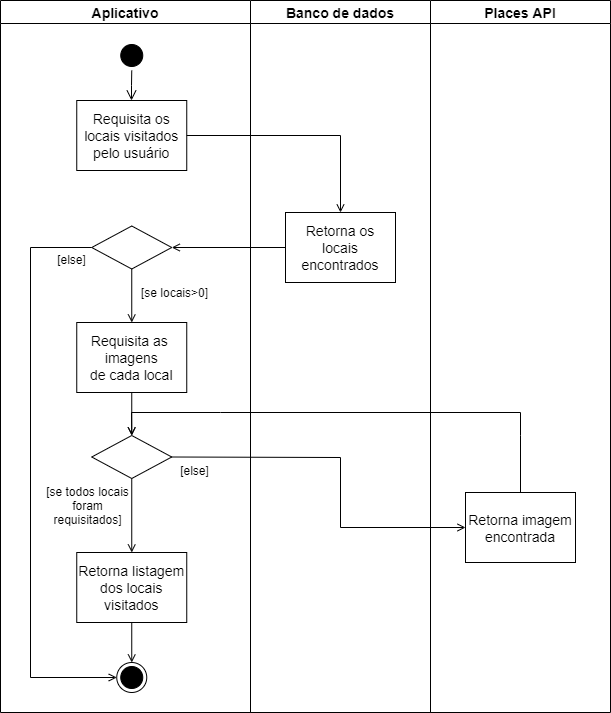
The draw.io diagram docs/figuras/Diagrama de atividades - Listar.png in Feggah/tcc, before a commit. Source tidied: cells renumbered, new cells last; positions are measured from the earlier drawing's top-left corner, leaving out a move shared by most shapes. Source of this version:
```xml
<mxGraphModel>
  <root>
    <mxCell id="0" />
    <mxCell id="1" parent="0" />
    <mxCell id="2" value="Aplicativo" style="swimlane;whiteSpace=wrap;fontSize=14;" parent="1" vertex="1">
      <mxGeometry width="250" height="712" as="geometry" />
    </mxCell>
    <mxCell id="3" style="ellipse;shape=startState;fillColor=#000000;" parent="2" vertex="1">
      <mxGeometry x="116.2" y="40" width="30" height="30" as="geometry" />
    </mxCell>
    <mxCell id="4" style="edgeStyle=elbowEdgeStyle;elbow=horizontal;verticalAlign=bottom;endArrow=open;endSize=8;endFill=1;rounded=0;" parent="2" edge="1" source="3" target="5">
      <mxGeometry x="116.2" y="40" as="geometry" />
    </mxCell>
    <mxCell id="5" value="Requisita os&#10;locais visitados&#10;pelo usuário" style="fontSize=14;" parent="2" vertex="1">
      <mxGeometry x="76.2" y="100" width="110" height="70" as="geometry" />
    </mxCell>
    <mxCell id="6" value="Requisita as &#10;imagens&#10;de cada local" style="fontSize=14;" parent="2" vertex="1">
      <mxGeometry x="76.2" y="322" width="110" height="70" as="geometry" />
    </mxCell>
    <mxCell id="7" value="Retorna listagem&#10;dos locais&#10;visitados" style="fontSize=14;" parent="2" vertex="1">
      <mxGeometry x="76.2" y="552" width="110" height="70" as="geometry" />
    </mxCell>
    <mxCell id="8" style="rhombus;fillColor=#FFFFFF;" parent="2" vertex="1">
      <mxGeometry x="91.2" y="435" width="80" height="43" as="geometry" />
    </mxCell>
    <mxCell id="9" style="endArrow=open;endFill=1;rounded=0;exitX=0.5;exitY=1;exitDx=0;exitDy=0;entryX=0.5;entryY=0;entryDx=0;entryDy=0;" parent="2" edge="1" source="6" target="8">
      <mxGeometry relative="1" as="geometry" />
    </mxCell>
    <mxCell id="10" style="endArrow=open;endFill=1;rounded=0;exitX=0.5;exitY=1;exitDx=0;exitDy=0;entryX=0.5;entryY=0;entryDx=0;entryDy=0;" parent="2" edge="1" source="8" target="7">
      <mxGeometry relative="1" as="geometry" />
    </mxCell>
    <mxCell id="11" value="[se todos locais&lt;br&gt;foram&lt;br&gt;requisitados]" style="text;html=1;align=center;verticalAlign=middle;strokeColor=none;" parent="2" vertex="1">
      <mxGeometry x="36.5" y="480" width="100" height="50" as="geometry" />
    </mxCell>
    <mxCell id="12" value="[else]" style="text;html=1;align=center;verticalAlign=middle;strokeColor=none;" parent="2" vertex="1">
      <mxGeometry x="173.5" y="460" width="40" height="20" as="geometry" />
    </mxCell>
    <mxCell id="13" style="rhombus;fillColor=#FFFFFF;" parent="2" vertex="1">
      <mxGeometry x="91.2" y="225.5" width="80" height="43" as="geometry" />
    </mxCell>
    <mxCell id="14" style="endArrow=open;endFill=1;rounded=0;exitX=0.5;exitY=1;exitDx=0;exitDy=0;entryX=0.5;entryY=0;entryDx=0;entryDy=0;" parent="2" edge="1" source="13" target="6">
      <mxGeometry relative="1" as="geometry" />
    </mxCell>
    <mxCell id="15" value="[se locais&amp;gt;0]" style="text;html=1;align=center;verticalAlign=middle;strokeColor=none;" parent="2" vertex="1">
      <mxGeometry x="133.5" y="282" width="80" height="20" as="geometry" />
    </mxCell>
    <mxCell id="16" value="[else]" style="text;html=1;align=center;verticalAlign=middle;strokeColor=none;" parent="2" vertex="1">
      <mxGeometry x="51.2" y="248.5" width="40" height="20" as="geometry" />
    </mxCell>
    <mxCell id="17" style="ellipse;shape=endState;fillColor=#000000;" parent="2" vertex="1">
      <mxGeometry x="116.2" y="662" width="30" height="30" as="geometry" />
    </mxCell>
    <mxCell id="18" style="endArrow=open;endFill=1;rounded=0;entryX=0.5;entryY=0;entryDx=0;entryDy=0;exitX=0.5;exitY=1;exitDx=0;exitDy=0;" parent="2" edge="1" source="7" target="17">
      <mxGeometry relative="1" as="geometry" />
    </mxCell>
    <mxCell id="19" style="endArrow=open;endFill=1;rounded=0;exitX=0;exitY=0.5;exitDx=0;exitDy=0;entryX=0;entryY=0.5;entryDx=0;entryDy=0;" parent="2" edge="1" source="13" target="17">
      <mxGeometry relative="1" as="geometry">
        <Array as="points">
          <mxPoint x="30" y="247" />
          <mxPoint x="30" y="677" />
        </Array>
      </mxGeometry>
    </mxCell>
    <mxCell id="20" value="Banco de dados" style="swimlane;whiteSpace=wrap;fontSize=14;" parent="1" vertex="1">
      <mxGeometry x="250" width="180" height="712" as="geometry" />
    </mxCell>
    <mxCell id="21" value="Retorna os&#10;locais&#10;encontrados" style="fontSize=14;" parent="20" vertex="1">
      <mxGeometry x="35" y="212" width="110" height="70" as="geometry" />
    </mxCell>
    <mxCell id="22" style="endArrow=open;endFill=1;rounded=0;exitX=1;exitY=0.5;exitDx=0;exitDy=0;entryX=0.5;entryY=0;entryDx=0;entryDy=0;" parent="1" edge="1" source="5" target="21">
      <mxGeometry relative="1" as="geometry">
        <Array as="points">
          <mxPoint x="340" y="135" />
        </Array>
      </mxGeometry>
    </mxCell>
    <mxCell id="23" style="endArrow=open;endFill=1;rounded=0;exitX=0;exitY=0.5;exitDx=0;exitDy=0;entryX=1;entryY=0.5;entryDx=0;entryDy=0;" parent="1" edge="1" source="21" target="13">
      <mxGeometry relative="1" as="geometry" />
    </mxCell>
    <mxCell id="24" value="Places API" style="swimlane;whiteSpace=wrap;fontSize=14;startSize=23;" parent="1" vertex="1">
      <mxGeometry x="430" width="180" height="712" as="geometry" />
    </mxCell>
    <mxCell id="25" value="Retorna imagem&#10;encontrada" style="fontSize=14;" parent="24" vertex="1">
      <mxGeometry x="35" y="492" width="110" height="70" as="geometry" />
    </mxCell>
    <mxCell id="26" style="endArrow=open;endFill=1;rounded=0;exitX=1;exitY=0.5;exitDx=0;exitDy=0;entryX=0;entryY=0.5;entryDx=0;entryDy=0;" parent="1" edge="1" source="8" target="25">
      <mxGeometry relative="1" as="geometry">
        <Array as="points">
          <mxPoint x="340" y="457" />
          <mxPoint x="340" y="527" />
        </Array>
      </mxGeometry>
    </mxCell>
    <mxCell id="27" style="endArrow=open;endFill=1;rounded=0;exitX=0.5;exitY=0;exitDx=0;exitDy=0;entryX=0.5;entryY=0;entryDx=0;entryDy=0;" parent="1" edge="1" source="25" target="8">
      <mxGeometry relative="1" as="geometry">
        <Array as="points">
          <mxPoint x="520" y="435" />
          <mxPoint x="520" y="412" />
          <mxPoint x="220" y="412" />
          <mxPoint x="131" y="412" />
        </Array>
      </mxGeometry>
    </mxCell>
  </root>
</mxGraphModel>
```
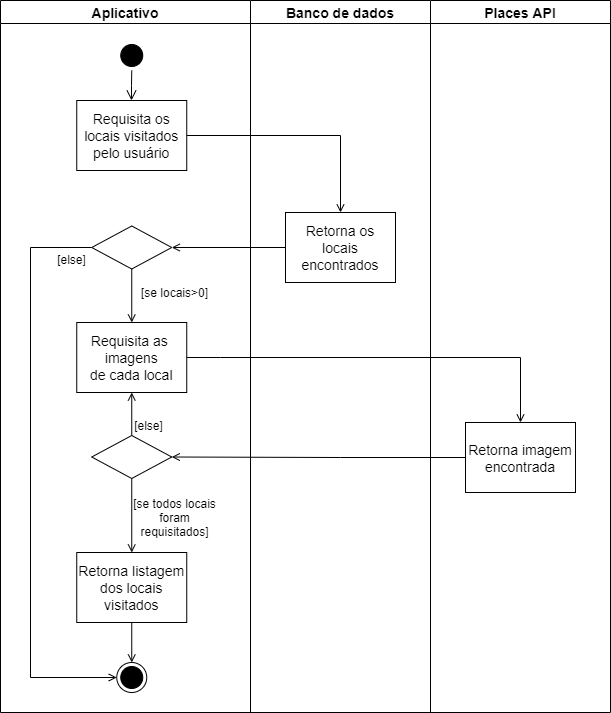
Above is the later version.

The edit, as a diff of the source:
```diff
@@ -23,17 +23,17 @@
     <mxCell id="8" style="rhombus;fillColor=#FFFFFF;" parent="2" vertex="1">
       <mxGeometry x="91.2" y="435" width="80" height="43" as="geometry" />
     </mxCell>
-    <mxCell id="9" style="endArrow=open;endFill=1;rounded=0;exitX=0.5;exitY=1;exitDx=0;exitDy=0;entryX=0.5;entryY=0;entryDx=0;entryDy=0;" parent="2" edge="1" source="6" target="8">
+    <mxCell id="9" style="endArrow=open;endFill=1;rounded=0;exitX=0.5;exitY=0;exitDx=0;exitDy=0;entryX=0.5;entryY=1;entryDx=0;entryDy=0;" parent="2" edge="1" source="8" target="6">
       <mxGeometry relative="1" as="geometry" />
     </mxCell>
     <mxCell id="10" style="endArrow=open;endFill=1;rounded=0;exitX=0.5;exitY=1;exitDx=0;exitDy=0;entryX=0.5;entryY=0;entryDx=0;entryDy=0;" parent="2" edge="1" source="8" target="7">
       <mxGeometry relative="1" as="geometry" />
     </mxCell>
     <mxCell id="11" value="[se todos locais&lt;br&gt;foram&lt;br&gt;requisitados]" style="text;html=1;align=center;verticalAlign=middle;strokeColor=none;" parent="2" vertex="1">
-      <mxGeometry x="36.5" y="480" width="100" height="50" as="geometry" />
+      <mxGeometry x="123.5" y="492" width="100" height="50" as="geometry" />
     </mxCell>
     <mxCell id="12" value="[else]" style="text;html=1;align=center;verticalAlign=middle;strokeColor=none;" parent="2" vertex="1">
-      <mxGeometry x="173.5" y="460" width="40" height="20" as="geometry" />
+      <mxGeometry x="127.5" y="415" width="40" height="20" as="geometry" />
     </mxCell>
     <mxCell id="13" style="rhombus;fillColor=#FFFFFF;" parent="2" vertex="1">
       <mxGeometry x="91.2" y="225.5" width="80" height="43" as="geometry" />
@@ -81,25 +81,22 @@
       <mxGeometry x="430" width="180" height="712" as="geometry" />
     </mxCell>
     <mxCell id="25" value="Retorna imagem&#10;encontrada" style="fontSize=14;" parent="24" vertex="1">
-      <mxGeometry x="35" y="492" width="110" height="70" as="geometry" />
+      <mxGeometry x="35" y="422" width="110" height="70" as="geometry" />
     </mxCell>
+    <mxCell id="27" style="endArrow=open;endFill=1;rounded=0;" parent="1" edge="1" source="6" target="25">
+      <mxGeometry relative="1" as="geometry">
+        <Array as="points">
+          <mxPoint x="220" y="357" />
+          <mxPoint x="520" y="357" />
+        </Array>
+      </mxGeometry>
+    </mxCell>
-    <mxCell id="26" style="endArrow=open;endFill=1;rounded=0;exitX=1;exitY=0.5;exitDx=0;exitDy=0;entryX=0;entryY=0.5;entryDx=0;entryDy=0;" parent="1" edge="1" source="8" target="25">
+    <mxCell id="26" style="endArrow=open;endFill=1;rounded=0;exitX=0;exitY=0.5;exitDx=0;exitDy=0;entryX=1;entryY=0.5;entryDx=0;entryDy=0;" parent="1" edge="1" source="25" target="8">
       <mxGeometry relative="1" as="geometry">
         <Array as="points">
           <mxPoint x="340" y="457" />
-          <mxPoint x="340" y="527" />
         </Array>
       </mxGeometry>
     </mxCell>
-    <mxCell id="27" style="endArrow=open;endFill=1;rounded=0;exitX=0.5;exitY=0;exitDx=0;exitDy=0;entryX=0.5;entryY=0;entryDx=0;entryDy=0;" parent="1" edge="1" source="25" target="8">
-      <mxGeometry relative="1" as="geometry">
-        <Array as="points">
-          <mxPoint x="520" y="435" />
-          <mxPoint x="520" y="412" />
-          <mxPoint x="220" y="412" />
-          <mxPoint x="131" y="412" />
-        </Array>
-      </mxGeometry>
-    </mxCell>
   </root>
 </mxGraphModel>
```
